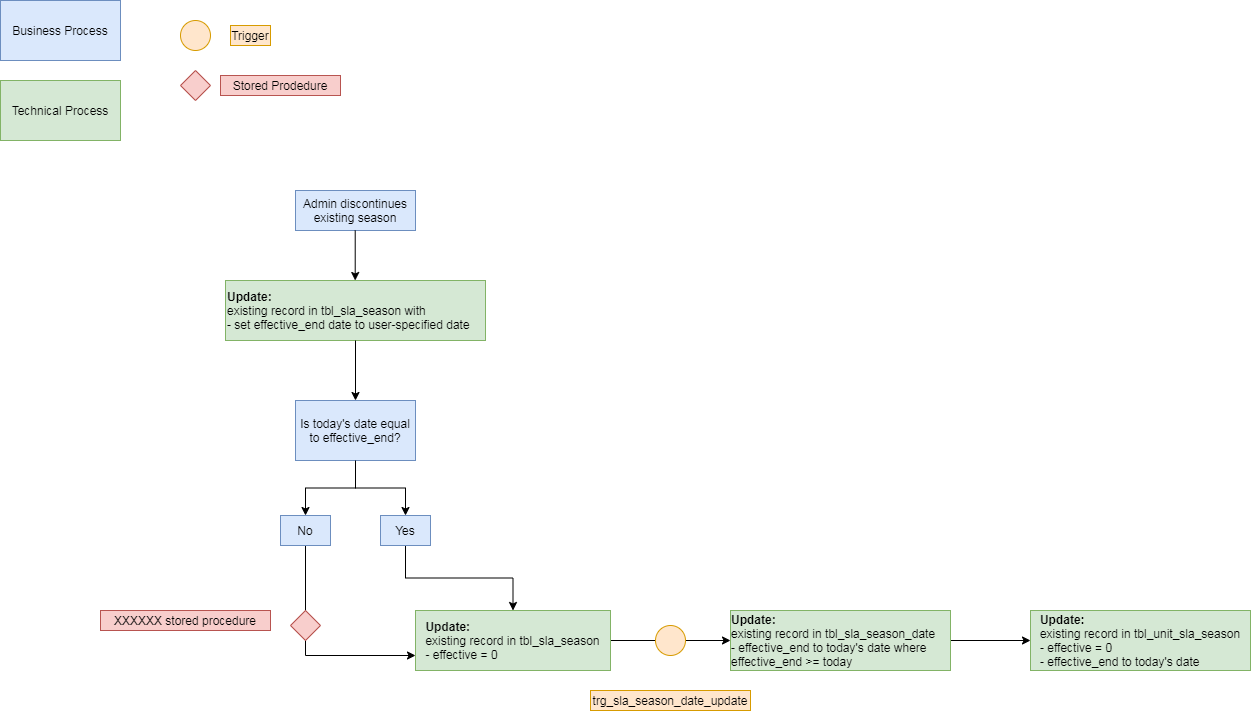
Before: images/trg_sla_season_date_update.png, a diagram exported from draw.io (NYC-Parks/SLADB). Source tidied: cells renumbered, new cells last; positions are measured from the earlier drawing's top-left corner, leaving out a move shared by most shapes.
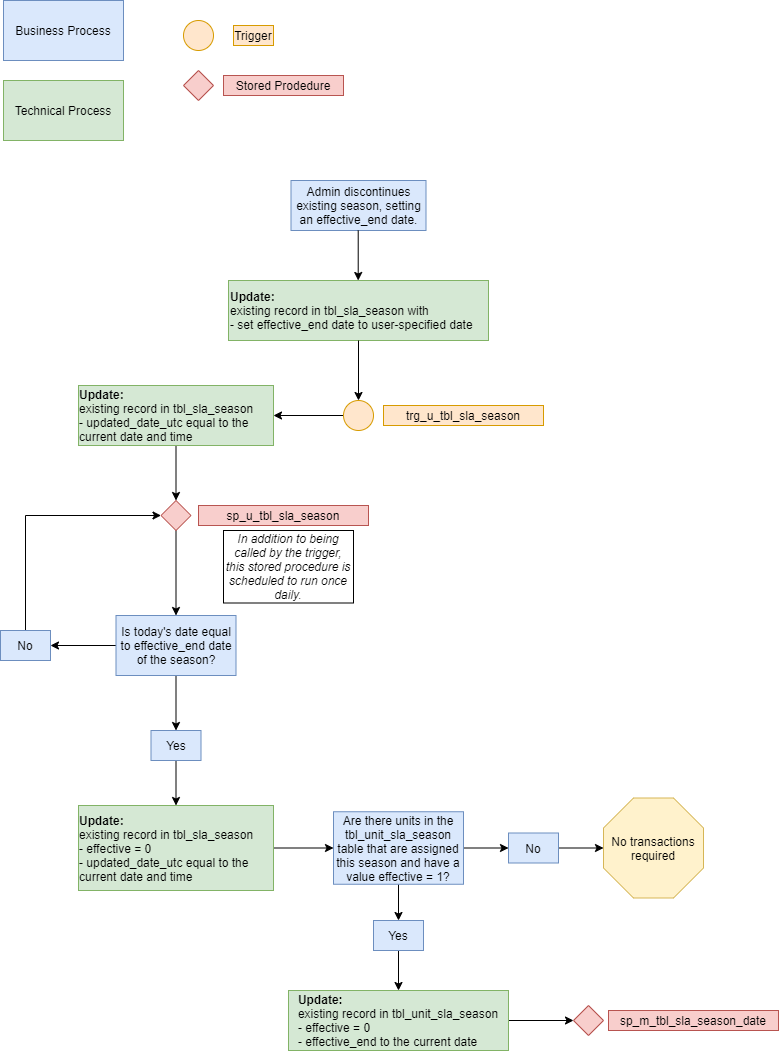
Later version of the same file.

Change to the diagram source:
```diff
@@ -2,16 +2,14 @@
   <root>
     <mxCell id="0" />
     <mxCell id="1" parent="0" />
-    <mxCell id="2" value="Admin discontinues existing season" style="rounded=0;whiteSpace=wrap;html=1;fontSize=12;glass=0;strokeWidth=1;shadow=0;fillColor=#dae8fc;strokeColor=#6c8ebf;" parent="1" vertex="1">
-      <mxGeometry x="295" y="190" width="120" height="40" as="geometry" />
+    <mxCell id="2" value="Admin discontinues existing season, setting an effective_end date." style="rounded=0;whiteSpace=wrap;html=1;fontSize=12;glass=0;strokeWidth=1;shadow=0;fillColor=#dae8fc;strokeColor=#6c8ebf;" parent="1" vertex="1">
+      <mxGeometry x="287.5" y="180" width="135" height="50" as="geometry" />
     </mxCell>
     <mxCell id="3" value="&lt;b&gt;Update:&lt;br&gt;&lt;/b&gt;existing record in tbl_sla_season with&lt;br&gt;- set effective_end date to user-specified date" style="rounded=0;whiteSpace=wrap;html=1;fillColor=#d5e8d4;strokeColor=#82b366;align=left;" parent="1" vertex="1">
       <mxGeometry x="225" y="280" width="260" height="60" as="geometry" />
     </mxCell>
-    <mxCell id="4" style="endArrow=classic;html=1;exitX=0.5;exitY=1;exitDx=0;exitDy=0;" parent="1" edge="1" source="3">
-      <mxGeometry relative="1" as="geometry">
-        <mxPoint x="355" y="400" as="targetPoint" />
-      </mxGeometry>
+    <mxCell id="4" style="endArrow=classic;html=1;exitX=0.5;exitY=1;exitDx=0;exitDy=0;entryX=0.5;entryY=0;entryDx=0;entryDy=0;" parent="1" edge="1" source="3" target="26">
+      <mxGeometry relative="1" as="geometry" />
     </mxCell>
     <mxCell id="5" style="endArrow=classic;html=1;" parent="1" edge="1">
       <mxGeometry relative="1" as="geometry">
@@ -37,53 +35,95 @@
     <mxCell id="11" value="Stored Prodedure" style="text;html=1;strokeColor=#b85450;fillColor=#f8cecc;align=center;verticalAlign=middle;whiteSpace=wrap;rounded=0;" parent="1" vertex="1">
       <mxGeometry x="220" y="75" width="120" height="20" as="geometry" />
     </mxCell>
+    <mxCell id="18" style="edgeStyle=orthogonalEdgeStyle;rounded=0;jettySize=auto;html=1;exitX=0;exitY=0.5;exitDx=0;exitDy=0;entryX=1;entryY=0.5;entryDx=0;entryDy=0;" parent="1" edge="1" source="13" target="15">
+      <mxGeometry relative="1" as="geometry" />
+    </mxCell>
-    <mxCell id="12" style="edgeStyle=orthogonalEdgeStyle;rounded=0;jettySize=auto;html=1;entryX=0.5;entryY=0;entryDx=0;entryDy=0;" parent="1" edge="1" source="13" target="17">
+    <mxCell id="12" style="edgeStyle=orthogonalEdgeStyle;rounded=0;jettySize=auto;html=1;exitX=0.5;exitY=1;exitDx=0;exitDy=0;entryX=0.5;entryY=0;entryDx=0;entryDy=0;" parent="1" edge="1" source="13" target="17">
       <mxGeometry relative="1" as="geometry" />
     </mxCell>
-    <mxCell id="13" value="Is today's date equal to effective_end?" style="rounded=0;whiteSpace=wrap;html=1;fillColor=#dae8fc;strokeColor=#6c8ebf;" parent="1" vertex="1">
-      <mxGeometry x="295" y="400" width="120" height="60" as="geometry" />
+    <mxCell id="13" value="Is today's date equal to effective_end date of the season?" style="rounded=0;whiteSpace=wrap;html=1;fillColor=#dae8fc;strokeColor=#6c8ebf;" parent="1" vertex="1">
+      <mxGeometry x="112.5" y="615" width="120" height="60" as="geometry" />
     </mxCell>
-    <mxCell id="14" style="edgeStyle=orthogonalEdgeStyle;rounded=0;jettySize=auto;html=1;entryX=0;entryY=0.75;entryDx=0;entryDy=0;exitX=0.5;exitY=1;exitDx=0;exitDy=0;" parent="1" edge="1" source="15" target="20">
-      <mxGeometry relative="1" as="geometry" />
-    </mxCell>
+    <mxCell id="28" style="edgeStyle=orthogonalEdgeStyle;rounded=0;jettySize=auto;html=1;exitX=0.5;exitY=0;exitDx=0;exitDy=0;entryX=0;entryY=0.5;entryDx=0;entryDy=0;" parent="1" edge="1" source="15" target="24">
+      <mxGeometry relative="1" as="geometry" />
+    </mxCell>
     <mxCell id="15" value="No" style="rounded=0;whiteSpace=wrap;html=1;fillColor=#dae8fc;strokeColor=#6c8ebf;" parent="1" vertex="1">
-      <mxGeometry x="280" y="515" width="50" height="30" as="geometry" />
+      <mxGeometry x="-3" y="630" width="50" height="30" as="geometry" />
     </mxCell>
     <mxCell id="16" style="edgeStyle=orthogonalEdgeStyle;rounded=0;jettySize=auto;html=1;entryX=0.5;entryY=0;entryDx=0;entryDy=0;" parent="1" edge="1" source="17" target="20">
       <mxGeometry relative="1" as="geometry" />
     </mxCell>
     <mxCell id="17" value="Yes" style="rounded=0;whiteSpace=wrap;html=1;fillColor=#dae8fc;strokeColor=#6c8ebf;" parent="1" vertex="1">
-      <mxGeometry x="380" y="515" width="50" height="30" as="geometry" />
+      <mxGeometry x="147.5" y="730" width="50" height="30" as="geometry" />
     </mxCell>
-    <mxCell id="18" style="edgeStyle=orthogonalEdgeStyle;rounded=0;jettySize=auto;html=1;entryX=0.5;entryY=0;entryDx=0;entryDy=0;exitX=0.5;exitY=1;exitDx=0;exitDy=0;" parent="1" edge="1" source="13" target="15">
-      <mxGeometry relative="1" as="geometry" />
-    </mxCell>
-    <mxCell id="19" style="edgeStyle=orthogonalEdgeStyle;rounded=0;jettySize=auto;html=1;" parent="1" edge="1" source="20" target="22">
-      <mxGeometry relative="1" as="geometry" />
-    </mxCell>
+    <mxCell id="29" style="edgeStyle=orthogonalEdgeStyle;rounded=0;jettySize=auto;html=1;exitX=1;exitY=0.5;exitDx=0;exitDy=0;entryX=0;entryY=0.5;entryDx=0;entryDy=0;" parent="1" edge="1" source="20" target="39">
+      <mxGeometry relative="1" as="geometry" />
+    </mxCell>
-    <mxCell id="20" value="&lt;div style=&quot;text-align: left&quot;&gt;&lt;b&gt;Update:&lt;/b&gt;&lt;/div&gt;&lt;div style=&quot;text-align: left&quot;&gt;&lt;span&gt;existing record in tbl_sla_season&lt;/span&gt;&lt;/div&gt;&lt;div style=&quot;text-align: left&quot;&gt;&lt;span&gt;- effective = 0&lt;/span&gt;&lt;/div&gt;" style="rounded=0;whiteSpace=wrap;html=1;fillColor=#d5e8d4;strokeColor=#82b366;" parent="1" vertex="1">
-      <mxGeometry x="415" y="610" width="195" height="60" as="geometry" />
+    <mxCell id="20" value="&lt;div style=&quot;text-align: left&quot;&gt;&lt;b&gt;Update:&lt;/b&gt;&lt;/div&gt;&lt;div style=&quot;text-align: left&quot;&gt;&lt;span&gt;existing record in tbl_sla_season&lt;/span&gt;&lt;/div&gt;&lt;div style=&quot;text-align: left&quot;&gt;&lt;span&gt;- effective = 0&lt;/span&gt;&lt;/div&gt;&lt;div style=&quot;text-align: left&quot;&gt;- updated_date_utc equal to the current date and time&lt;span&gt;&lt;br&gt;&lt;/span&gt;&lt;/div&gt;" style="rounded=0;whiteSpace=wrap;html=1;fillColor=#d5e8d4;strokeColor=#82b366;" parent="1" vertex="1">
+      <mxGeometry x="75" y="805" width="195" height="85" as="geometry" />
     </mxCell>
-    <mxCell id="21" style="edgeStyle=orthogonalEdgeStyle;rounded=0;jettySize=auto;html=1;" parent="1" edge="1" source="22" target="23">
-      <mxGeometry relative="1" as="geometry" />
-    </mxCell>
-    <mxCell id="22" value="&lt;div style=&quot;text-align: left&quot;&gt;&lt;b&gt;Update:&lt;/b&gt;&lt;/div&gt;&lt;div style=&quot;text-align: left&quot;&gt;&lt;span&gt;existing record in tbl_sla_season_date&lt;/span&gt;&lt;/div&gt;&lt;div style=&quot;text-align: left&quot;&gt;&lt;span&gt;- effective_end to today's date where effective_end &amp;gt;= today&lt;/span&gt;&lt;/div&gt;" style="rounded=0;whiteSpace=wrap;html=1;fillColor=#d5e8d4;strokeColor=#82b366;" parent="1" vertex="1">
-      <mxGeometry x="730" y="610" width="220" height="60" as="geometry" />
-    </mxCell>
+    <mxCell id="30" style="edgeStyle=orthogonalEdgeStyle;rounded=0;jettySize=auto;html=1;exitX=1;exitY=0.5;exitDx=0;exitDy=0;entryX=0;entryY=0.5;entryDx=0;entryDy=0;" parent="1" edge="1" source="23" target="36">
+      <mxGeometry relative="1" as="geometry" />
+    </mxCell>
-    <mxCell id="23" value="&lt;div style=&quot;text-align: left&quot;&gt;&lt;b&gt;Update:&lt;/b&gt;&lt;/div&gt;&lt;div style=&quot;text-align: left&quot;&gt;existing record in tbl_unit_sla_season&lt;/div&gt;&lt;div style=&quot;text-align: left&quot;&gt;- effective = 0&lt;/div&gt;&lt;div style=&quot;text-align: left&quot;&gt;- effective_end to today's date&lt;/div&gt;" style="rounded=0;whiteSpace=wrap;html=1;fillColor=#d5e8d4;strokeColor=#82b366;" parent="1" vertex="1">
-      <mxGeometry x="1030" y="610" width="220" height="60" as="geometry" />
+    <mxCell id="23" value="&lt;div style=&quot;text-align: left&quot;&gt;&lt;b&gt;Update:&lt;/b&gt;&lt;/div&gt;&lt;div style=&quot;text-align: left&quot;&gt;existing record in tbl_unit_sla_season&lt;/div&gt;&lt;div style=&quot;text-align: left&quot;&gt;- effective = 0&lt;/div&gt;&lt;div style=&quot;text-align: left&quot;&gt;- effective_end to the current date&lt;/div&gt;" style="rounded=0;whiteSpace=wrap;html=1;fillColor=#d5e8d4;strokeColor=#82b366;" parent="1" vertex="1">
+      <mxGeometry x="285" y="990" width="220" height="60" as="geometry" />
     </mxCell>
+    <mxCell id="31" style="edgeStyle=orthogonalEdgeStyle;rounded=0;jettySize=auto;html=1;exitX=0.5;exitY=1;exitDx=0;exitDy=0;entryX=0.5;entryY=0;entryDx=0;entryDy=0;" parent="1" edge="1" source="24" target="13">
+      <mxGeometry relative="1" as="geometry" />
+    </mxCell>
     <mxCell id="24" style="rhombus;whiteSpace=wrap;html=1;align=left;fillColor=#f8cecc;strokeColor=#b85450;" parent="1" vertex="1">
-      <mxGeometry x="290" y="610" width="30" height="30" as="geometry" />
+      <mxGeometry x="157.5" y="500" width="30" height="30" as="geometry" />
     </mxCell>
-    <mxCell id="25" value="XXXXXX stored procedure" style="text;html=1;strokeColor=#b85450;fillColor=#f8cecc;align=center;verticalAlign=middle;whiteSpace=wrap;rounded=0;" parent="1" vertex="1">
-      <mxGeometry x="100" y="610" width="170" height="20" as="geometry" />
+    <mxCell id="25" value="sp_u_tbl_sla_season" style="text;html=1;strokeColor=#b85450;fillColor=#f8cecc;align=center;verticalAlign=middle;whiteSpace=wrap;rounded=0;" parent="1" vertex="1">
+      <mxGeometry x="195" y="505" width="170" height="20" as="geometry" />
     </mxCell>
+    <mxCell id="32" style="edgeStyle=orthogonalEdgeStyle;rounded=0;jettySize=auto;html=1;exitX=0;exitY=0.5;exitDx=0;exitDy=0;entryX=1;entryY=0.5;entryDx=0;entryDy=0;" parent="1" edge="1" source="26" target="34">
+      <mxGeometry relative="1" as="geometry" />
+    </mxCell>
     <mxCell id="26" style="ellipse;whiteSpace=wrap;html=1;fillColor=#ffe6cc;strokeColor=#d79b00;" parent="1" vertex="1">
-      <mxGeometry x="655" y="625" width="30" height="30" as="geometry" />
+      <mxGeometry x="340" y="400" width="30" height="30" as="geometry" />
     </mxCell>
-    <mxCell id="27" value="trg_sla_season_date_update" style="text;html=1;strokeColor=#d79b00;fillColor=#ffe6cc;align=center;verticalAlign=middle;whiteSpace=wrap;rounded=0;" parent="1" vertex="1">
-      <mxGeometry x="590" y="690" width="160" height="20" as="geometry" />
+    <mxCell id="27" value="trg_u_tbl_sla_season" style="text;html=1;strokeColor=#d79b00;fillColor=#ffe6cc;align=center;verticalAlign=middle;whiteSpace=wrap;rounded=0;" parent="1" vertex="1">
+      <mxGeometry x="380" y="405" width="160" height="20" as="geometry" />
     </mxCell>
+    <mxCell id="33" style="edgeStyle=orthogonalEdgeStyle;rounded=0;jettySize=auto;html=1;exitX=0.5;exitY=1;exitDx=0;exitDy=0;entryX=0.5;entryY=0;entryDx=0;entryDy=0;" parent="1" edge="1" source="34" target="24">
+      <mxGeometry relative="1" as="geometry" />
+    </mxCell>
+    <mxCell id="34" value="&lt;div style=&quot;text-align: left&quot;&gt;&lt;b&gt;Update:&lt;/b&gt;&lt;/div&gt;&lt;div style=&quot;text-align: left&quot;&gt;&lt;span&gt;existing record in tbl_sla_season&lt;/span&gt;&lt;/div&gt;&lt;div style=&quot;text-align: left&quot;&gt;&lt;span&gt;- updated_date_utc equal to the current date and time&lt;/span&gt;&lt;/div&gt;" style="rounded=0;whiteSpace=wrap;html=1;fillColor=#d5e8d4;strokeColor=#82b366;" parent="1" vertex="1">
+      <mxGeometry x="75" y="385" width="195" height="60" as="geometry" />
+    </mxCell>
+    <mxCell id="35" value="sp_m_tbl_sla_season_date" style="text;html=1;strokeColor=#b85450;fillColor=#f8cecc;align=center;verticalAlign=middle;whiteSpace=wrap;rounded=0;" parent="1" vertex="1">
+      <mxGeometry x="605" y="1010" width="170" height="20" as="geometry" />
+    </mxCell>
+    <mxCell id="36" style="rhombus;whiteSpace=wrap;html=1;align=left;fillColor=#f8cecc;strokeColor=#b85450;" parent="1" vertex="1">
+      <mxGeometry x="570" y="1005" width="30" height="30" as="geometry" />
+    </mxCell>
+    <mxCell id="37" style="edgeStyle=orthogonalEdgeStyle;rounded=0;jettySize=auto;html=1;exitX=0.5;exitY=1;exitDx=0;exitDy=0;entryX=0.5;entryY=0;entryDx=0;entryDy=0;" parent="1" edge="1" source="39" target="41">
+      <mxGeometry relative="1" as="geometry" />
+    </mxCell>
+    <mxCell id="38" style="edgeStyle=orthogonalEdgeStyle;rounded=0;jettySize=auto;html=1;exitX=1;exitY=0.5;exitDx=0;exitDy=0;entryX=0;entryY=0.5;entryDx=0;entryDy=0;" parent="1" edge="1" source="39" target="43">
+      <mxGeometry relative="1" as="geometry" />
+    </mxCell>
+    <mxCell id="39" value="Are there units in the tbl_unit_sla_season table that are assigned this season and have a value effective = 1?" style="rounded=0;whiteSpace=wrap;html=1;fillColor=#dae8fc;strokeColor=#6c8ebf;" parent="1" vertex="1">
+      <mxGeometry x="330" y="811.2" width="130" height="72.5" as="geometry" />
+    </mxCell>
+    <mxCell id="40" style="edgeStyle=orthogonalEdgeStyle;rounded=0;jettySize=auto;html=1;exitX=0.5;exitY=1;exitDx=0;exitDy=0;entryX=0.5;entryY=0;entryDx=0;entryDy=0;" parent="1" edge="1" source="41" target="23">
+      <mxGeometry relative="1" as="geometry" />
+    </mxCell>
+    <mxCell id="41" value="Yes" style="rounded=0;whiteSpace=wrap;html=1;fillColor=#dae8fc;strokeColor=#6c8ebf;" parent="1" vertex="1">
+      <mxGeometry x="370" y="920" width="50" height="30" as="geometry" />
+    </mxCell>
+    <mxCell id="42" style="edgeStyle=orthogonalEdgeStyle;rounded=0;jettySize=auto;html=1;exitX=1;exitY=0.5;exitDx=0;exitDy=0;entryX=0;entryY=0.5;entryDx=0;entryDy=0;entryPerimeter=0;" parent="1" edge="1" source="43" target="44">
+      <mxGeometry relative="1" as="geometry" />
+    </mxCell>
+    <mxCell id="43" value="No" style="rounded=0;whiteSpace=wrap;html=1;fillColor=#dae8fc;strokeColor=#6c8ebf;" parent="1" vertex="1">
+      <mxGeometry x="505" y="832.5" width="50" height="30" as="geometry" />
+    </mxCell>
+    <mxCell id="44" value="No transactions required" style="whiteSpace=wrap;html=1;shape=mxgraph.basic.octagon2;align=center;verticalAlign=middle;dx=15;fillColor=#fff2cc;strokeColor=#d6b656;" parent="1" vertex="1">
+      <mxGeometry x="600" y="797.5" width="100" height="100" as="geometry" />
+    </mxCell>
+    <mxCell id="45" value="&lt;i&gt;In addition to being called by the trigger, this stored procedure is scheduled to run once daily.&lt;/i&gt;" style="rounded=0;whiteSpace=wrap;html=1;" parent="1" vertex="1">
+      <mxGeometry x="220" y="530" width="130" height="72.5" as="geometry" />
+    </mxCell>
   </root>
 </mxGraphModel>
```
